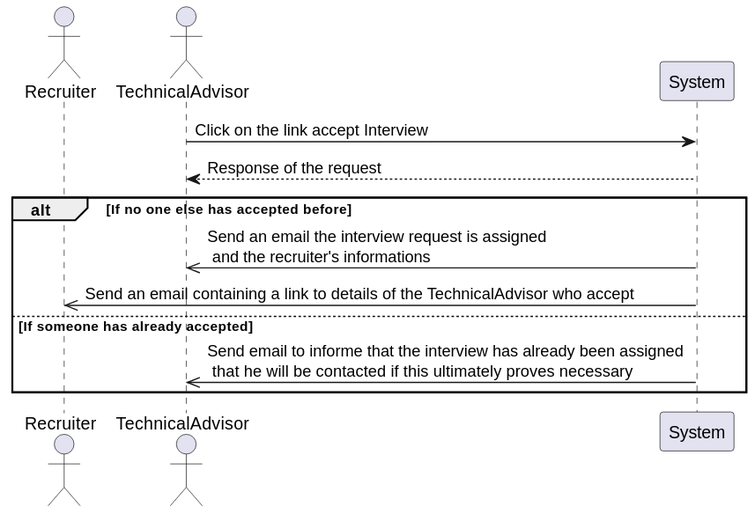
Earlier version of the PlantUML export documents/out/3-sequance/3-sequance_diagram_accept_interview/3-sequance_diagram_accept_interview.svg (iBoukhenna/interview-managment-system).
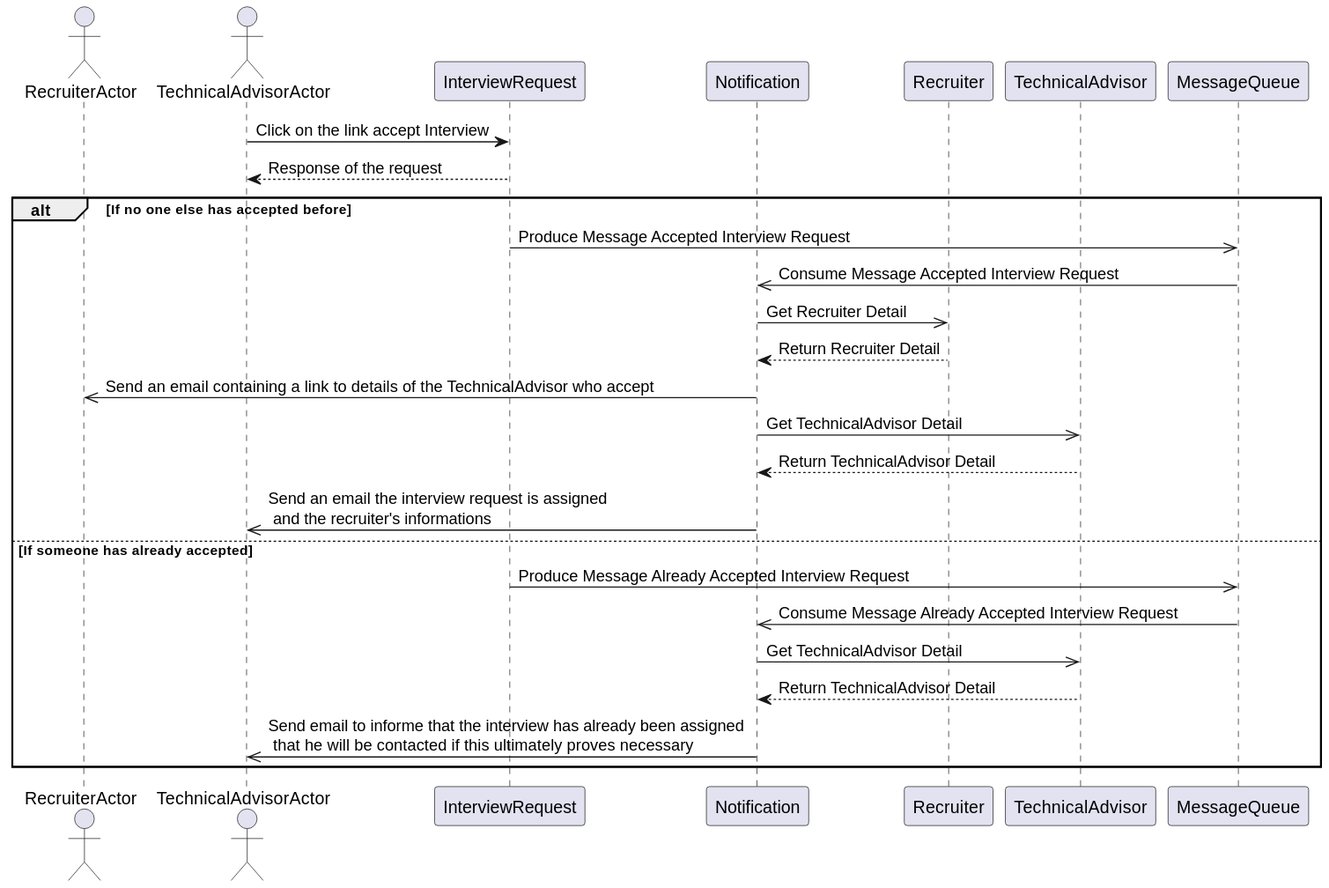
The same file after the commit.

Change to the diagram source:
```diff
@@ -1,15 +1,29 @@
 @startuml
-actor Recruiter
-actor TechnicalAdvisor
-participant System
+actor RecruiterActor
+actor TechnicalAdvisorActor
+participant InterviewRequest
+participant Notification
+participant Recruiter
+participant TechnicalAdvisor
 
-TechnicalAdvisor -> System: Click on the link accept Interview
-System --> TechnicalAdvisor: Response of the request
+
+TechnicalAdvisorActor -> InterviewRequest: Click on the link accept Interview
+InterviewRequest --> TechnicalAdvisorActor: Response of the request
 alt If no one else has accepted before
-    System ->> TechnicalAdvisor: Send an email the interview request is assigned \n and the recruiter's informations
-    System ->> Recruiter: Send an email containing a link to details of the TechnicalAdvisor who accept
+    InterviewRequest ->> MessageQueue: Produce Message Accepted Interview Request
+    Notification <<- MessageQueue: Consume Message Accepted Interview Request
+    Notification ->> Recruiter: Get Recruiter Detail
+    Recruiter --> Notification: Return Recruiter Detail
+    Notification ->> RecruiterActor: Send an email containing a link to details of the TechnicalAdvisor who accept
+    Notification ->> TechnicalAdvisor: Get TechnicalAdvisor Detail
+    TechnicalAdvisor --> Notification: Return TechnicalAdvisor Detail
+    Notification ->> TechnicalAdvisorActor: Send an email the interview request is assigned \n and the recruiter's informations
 else If someone has already accepted
-    System ->> TechnicalAdvisor: Send email to informe that the interview has already been assigned \n that he will be contacted if this ultimately proves necessary
+    InterviewRequest ->> MessageQueue: Produce Message Already Accepted Interview Request
+    Notification <<- MessageQueue: Consume Message Already Accepted Interview Request
+    Notification ->> TechnicalAdvisor: Get TechnicalAdvisor Detail
+    TechnicalAdvisor --> Notification: Return TechnicalAdvisor Detail
+    Notification ->> TechnicalAdvisorActor: Send email to informe that the interview has already been assigned \n that he will be contacted if this ultimately proves necessary
 end
 
 @enduml
```
